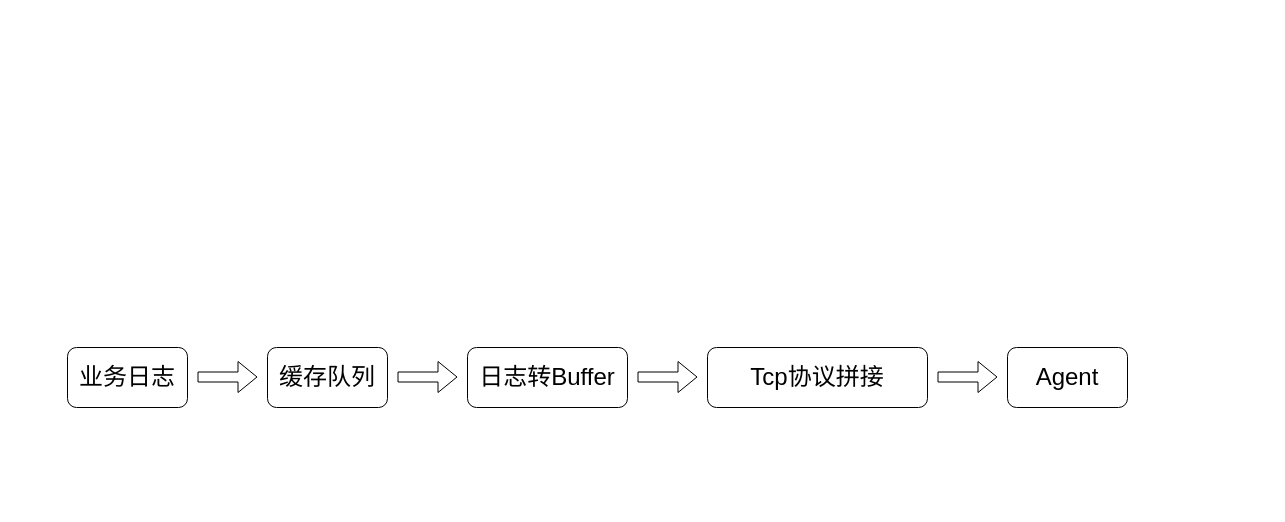
Before: page "内存优化1" (8 of 8) of images/Untitled Diagram.drawio in sunstdot/blog, a draw.io diagram. Source tidied: cells renumbered, new cells numbered last; positions are measured from the earlier drawing's top-left corner, leaving out a move shared by most shapes. Both pictures are drawn from the tidied source at 100%, with x=0, y=0 at pixel (67, 347).
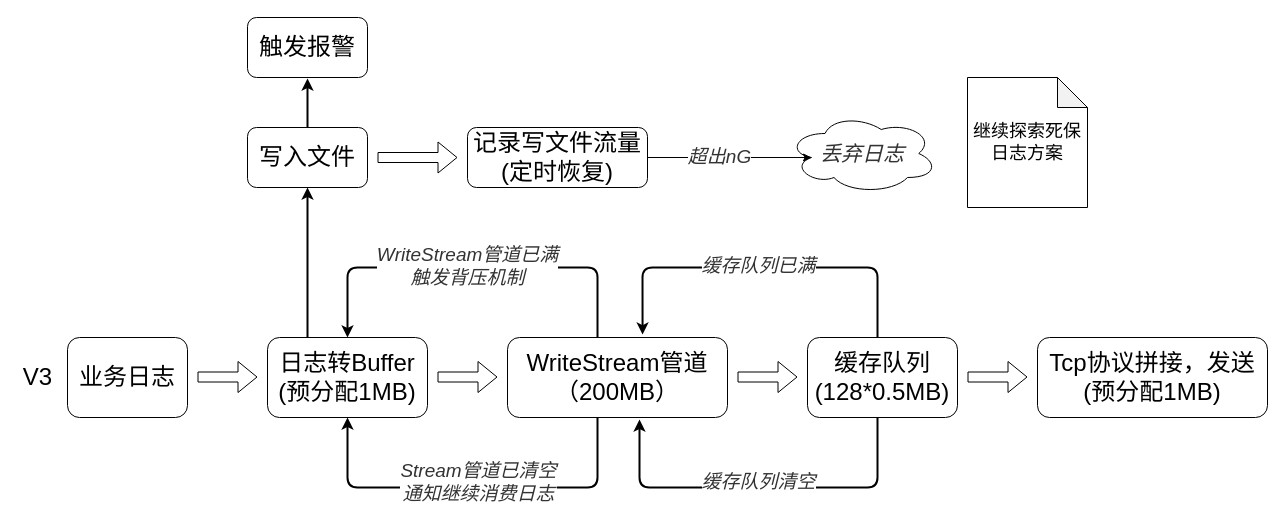
The same page after the edit.

What changed in the source:
```diff
@@
     <mxCell id="2" value="&lt;font style=&quot;font-size: 24px&quot;&gt;业务日志&lt;/font&gt;" style="rounded=1;whiteSpace=wrap;html=1;" parent="1" vertex="1">
-      <mxGeometry width="120" height="60" as="geometry" />
+      <mxGeometry y="-10" width="120" height="80" as="geometry" />
     </mxCell>
-    <mxCell id="3" value="&lt;font style=&quot;font-size: 24px&quot;&gt;缓存队列&lt;/font&gt;" style="rounded=1;whiteSpace=wrap;html=1;" parent="1" vertex="1">
-      <mxGeometry x="200" width="120" height="60" as="geometry" />
+    <mxCell id="3" value="&lt;font style=&quot;font-size: 24px&quot;&gt;缓存队列&lt;br&gt;(128*0.5MB)&lt;br&gt;&lt;/font&gt;" style="rounded=1;whiteSpace=wrap;html=1;" parent="1" vertex="1">
+      <mxGeometry x="740" y="-10" width="150" height="80" as="geometry" />
     </mxCell>
-    <mxCell id="4" value="&lt;font style=&quot;font-size: 24px&quot;&gt;日志转Buffer&lt;/font&gt;" style="rounded=1;whiteSpace=wrap;html=1;" parent="1" vertex="1">
-      <mxGeometry x="400" width="160" height="60" as="geometry" />
+    <mxCell id="4" value="&lt;font style=&quot;font-size: 24px&quot;&gt;日志转Buffer&lt;br&gt;(预分配1MB)&lt;br&gt;&lt;/font&gt;" style="rounded=1;whiteSpace=wrap;html=1;" parent="1" vertex="1">
+      <mxGeometry x="200" y="-10" width="160" height="80" as="geometry" />
     </mxCell>
-    <mxCell id="5" value="&lt;font style=&quot;font-size: 24px&quot;&gt;Tcp协议拼接&lt;/font&gt;" style="rounded=1;whiteSpace=wrap;html=1;" parent="1" vertex="1">
-      <mxGeometry x="640" width="220" height="60" as="geometry" />
+    <mxCell id="5" value="&lt;font style=&quot;font-size: 24px&quot;&gt;Tcp协议拼接，发送&lt;br&gt;(预分配1MB)&lt;br&gt;&lt;/font&gt;" style="rounded=1;whiteSpace=wrap;html=1;" parent="1" vertex="1">
+      <mxGeometry x="970" y="-10" width="230" height="80" as="geometry" />
     </mxCell>
-    <mxCell id="6" value="&lt;font style=&quot;font-size: 24px&quot;&gt;Agent&lt;/font&gt;" style="rounded=1;whiteSpace=wrap;html=1;" parent="1" vertex="1">
-      <mxGeometry x="940" width="120" height="60" as="geometry" />
-    </mxCell>
@@
     <mxCell id="8" style="shape=flexArrow;endArrow=classic;html=1;" parent="1" edge="1">
       <mxGeometry relative="1" as="geometry">
-        <mxPoint x="330" y="29.5" as="sourcePoint" />
-        <mxPoint x="390" y="29.5" as="targetPoint" />
+        <mxPoint x="670" y="29.5" as="sourcePoint" />
+        <mxPoint x="730" y="29.5" as="targetPoint" />
       </mxGeometry>
     </mxCell>
     <mxCell id="9" style="shape=flexArrow;endArrow=classic;html=1;" parent="1" edge="1">
       <mxGeometry relative="1" as="geometry">
-        <mxPoint x="570" y="29.5" as="sourcePoint" />
-        <mxPoint x="630" y="29.5" as="targetPoint" />
+        <mxPoint x="900" y="29.5" as="sourcePoint" />
+        <mxPoint x="960" y="29.5" as="targetPoint" />
       </mxGeometry>
     </mxCell>
-    <mxCell id="10" style="shape=flexArrow;endArrow=classic;html=1;" parent="1" edge="1">
-      <mxGeometry relative="1" as="geometry">
-        <mxPoint x="870" y="29.5" as="sourcePoint" />
-        <mxPoint x="930" y="29.5" as="targetPoint" />
-      </mxGeometry>
-    </mxCell>
+    <mxCell id="11" value="&lt;font style=&quot;font-size: 24px&quot;&gt;V3&lt;br&gt;&lt;/font&gt;" style="text;html=1;align=center;verticalAlign=middle;strokeColor=none;" parent="1" vertex="1">
+      <mxGeometry x="-50" y="20" width="40" height="20" as="geometry" />
+    </mxCell>
+    <mxCell id="12" value="&lt;font style=&quot;font-size: 24px&quot;&gt;WriteStream管道&lt;br&gt;（200MB）&lt;br&gt;&lt;/font&gt;" style="rounded=1;whiteSpace=wrap;html=1;" parent="1" vertex="1">
+      <mxGeometry x="440" y="-10" width="220" height="80" as="geometry" />
+    </mxCell>
+    <mxCell id="13" style="shape=flexArrow;endArrow=classic;html=1;" parent="1" edge="1">
+      <mxGeometry relative="1" as="geometry">
+        <mxPoint x="370" y="29.5" as="sourcePoint" />
+        <mxPoint x="430" y="29.5" as="targetPoint" />
+      </mxGeometry>
+    </mxCell>
+    <mxCell id="14" style="endArrow=classic;html=1;entryX=0.614;entryY=-0.037;entryDx=0;entryDy=0;strokeWidth=2;entryPerimeter=0;" parent="1" edge="1" target="12">
+      <mxGeometry relative="1" as="geometry">
+        <mxPoint x="810" y="-10" as="sourcePoint" />
+        <Array as="points">
+          <mxPoint x="810" y="-80" />
+          <mxPoint x="575" y="-80" />
+        </Array>
+      </mxGeometry>
+    </mxCell>
+    <mxCell id="15" value="&lt;font style=&quot;font-size: 19px&quot; color=&quot;#333333&quot;&gt;&lt;i&gt;缓存队列已满&lt;/i&gt;&lt;/font&gt;" style="edgeLabel;html=1;align=center;verticalAlign=middle;" parent="14" vertex="1">
+      <mxGeometry x="0.02" y="-2" relative="1" as="geometry" />
+    </mxCell>
+    <mxCell id="16" style="endArrow=classic;html=1;strokeWidth=2;entryX=0.6;entryY=1.025;entryDx=0;entryDy=0;entryPerimeter=0;" parent="1" edge="1" target="12">
+      <mxGeometry relative="1" as="geometry">
+        <mxPoint x="810" y="70" as="sourcePoint" />
+        <Array as="points">
+          <mxPoint x="810" y="140" />
+          <mxPoint x="572" y="140" />
+        </Array>
+      </mxGeometry>
+    </mxCell>
+    <mxCell id="17" value="&lt;font style=&quot;font-size: 19px&quot; color=&quot;#333333&quot;&gt;&lt;i&gt;缓存队列清空&lt;/i&gt;&lt;/font&gt;" style="edgeLabel;html=1;align=center;verticalAlign=middle;" parent="16" vertex="1">
+      <mxGeometry x="0.04" y="-3" relative="1" as="geometry">
+        <mxPoint x="6" y="-3" as="offset" />
+      </mxGeometry>
+    </mxCell>
+    <mxCell id="18" style="endArrow=classic;html=1;strokeWidth=2;entryX=0.5;entryY=0;entryDx=0;entryDy=0;" parent="1" edge="1" target="4">
+      <mxGeometry relative="1" as="geometry">
+        <mxPoint x="530" y="-10" as="sourcePoint" />
+        <Array as="points">
+          <mxPoint x="530" y="-80" />
+          <mxPoint x="280" y="-80" />
+        </Array>
+      </mxGeometry>
+    </mxCell>
+    <mxCell id="19" value="&lt;font style=&quot;font-size: 19px&quot; color=&quot;#333333&quot;&gt;&lt;i&gt;WriteStream管道已满&lt;br&gt;触发背压机制&lt;/i&gt;&lt;/font&gt;" style="edgeLabel;html=1;align=center;verticalAlign=middle;" parent="18" vertex="1">
+      <mxGeometry x="0.08" y="-2" relative="1" as="geometry">
+        <mxPoint x="10" as="offset" />
+      </mxGeometry>
+    </mxCell>
+    <mxCell id="20" style="endArrow=classic;html=1;strokeWidth=2;entryX=0.5;entryY=1;entryDx=0;entryDy=0;" parent="1" edge="1" target="4">
+      <mxGeometry relative="1" as="geometry">
+        <mxPoint x="530" y="70" as="sourcePoint" />
+        <Array as="points">
+          <mxPoint x="530" y="140" />
+          <mxPoint x="280" y="140" />
+        </Array>
+      </mxGeometry>
+    </mxCell>
+    <mxCell id="21" value="&lt;font style=&quot;font-size: 19px&quot; color=&quot;#333333&quot;&gt;&lt;i&gt;Stream管道已清空&lt;br&gt;通知继续消费日志&lt;/i&gt;&lt;/font&gt;" style="edgeLabel;html=1;align=center;verticalAlign=middle;" parent="20" vertex="1">
+      <mxGeometry x="0.09" y="-2" relative="1" as="geometry">
+        <mxPoint x="23" y="-4" as="offset" />
+      </mxGeometry>
+    </mxCell>
+    <mxCell id="22" style="endArrow=classic;html=1;strokeWidth=2;" parent="1" edge="1">
+      <mxGeometry relative="1" as="geometry">
+        <mxPoint x="240" y="-10" as="sourcePoint" />
+        <mxPoint x="240" y="-160" as="targetPoint" />
+      </mxGeometry>
+    </mxCell>
+    <mxCell id="23" value="&lt;font style=&quot;font-size: 24px&quot;&gt;触发报警&lt;/font&gt;" style="rounded=1;whiteSpace=wrap;html=1;" parent="1" vertex="1">
+      <mxGeometry x="180" y="-330" width="120" height="60" as="geometry" />
+    </mxCell>
+    <mxCell id="24" value="&lt;font style=&quot;font-size: 24px&quot;&gt;写入文件&lt;/font&gt;" style="rounded=1;whiteSpace=wrap;html=1;" parent="1" vertex="1">
+      <mxGeometry x="180" y="-220" width="120" height="60" as="geometry" />
+    </mxCell>
+    <mxCell id="25" style="endArrow=classic;html=1;strokeWidth=2;exitX=0.5;exitY=0;exitDx=0;exitDy=0;" parent="1" edge="1" source="24">
+      <mxGeometry relative="1" as="geometry">
+        <mxPoint x="240" y="-269" as="targetPoint" />
+      </mxGeometry>
+    </mxCell>
+    <mxCell id="26" value="&lt;font style=&quot;font-size: 24px&quot;&gt;记录写文件流量&lt;br&gt;(定时恢复)&lt;br&gt;&lt;/font&gt;" style="rounded=1;whiteSpace=wrap;html=1;" parent="1" vertex="1">
+      <mxGeometry x="400" y="-220" width="180" height="60" as="geometry" />
+    </mxCell>
+    <mxCell id="27" style="shape=flexArrow;endArrow=classic;html=1;strokeWidth=1;" parent="1" edge="1">
+      <mxGeometry relative="1" as="geometry">
+        <mxPoint x="310" y="-190" as="sourcePoint" />
+        <mxPoint x="390" y="-190" as="targetPoint" />
+      </mxGeometry>
+    </mxCell>
+    <mxCell id="28" value="&lt;font style=&quot;font-size: 21px&quot; color=&quot;#333333&quot;&gt;&lt;i&gt;丢弃日志&lt;/i&gt;&lt;/font&gt;" style="ellipse;shape=cloud;whiteSpace=wrap;html=1;" parent="1" vertex="1">
+      <mxGeometry x="720" y="-234" width="150" height="80" as="geometry" />
+    </mxCell>
+    <mxCell id="29" style="endArrow=classic;html=1;strokeWidth=1;entryX=0.16;entryY=0.55;entryDx=0;entryDy=0;entryPerimeter=0;" parent="1" edge="1" target="28">
+      <mxGeometry relative="1" as="geometry">
+        <mxPoint x="580" y="-190" as="sourcePoint" />
+      </mxGeometry>
+    </mxCell>
+    <mxCell id="30" value="&lt;font style=&quot;font-size: 19px&quot; color=&quot;#333333&quot;&gt;&lt;i&gt;超出nG&lt;/i&gt;&lt;/font&gt;" style="edgeLabel;html=1;align=center;verticalAlign=middle;" parent="29" vertex="1">
+      <mxGeometry x="-0.13" y="1" relative="1" as="geometry" />
+    </mxCell>
+    <mxCell id="31" value="&lt;font style=&quot;font-size: 18px&quot;&gt;继续探索死保日志方案&lt;/font&gt;" style="shape=note;whiteSpace=wrap;html=1;backgroundOutline=1;darkOpacity=0.05;" parent="1" vertex="1">
+      <mxGeometry x="900" y="-270" width="120" height="130" as="geometry" />
+    </mxCell>
```
